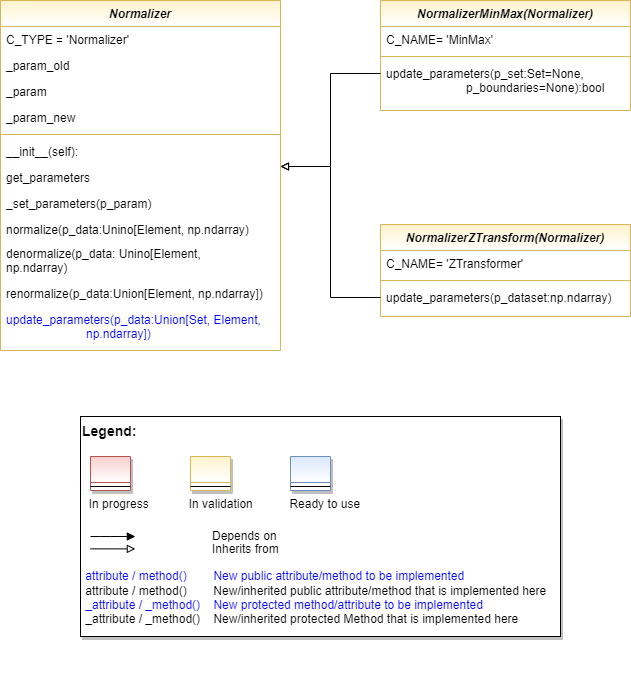
Above: doc/rtd/content/append2/core/images/bf/MLPro-BF-Math-Normalizers_class_diagram.drawio.png in fhswf/MLPro (draw.io), before the change. Source tidied: cells renumbered, new cells last; positions are measured from the earlier drawing's top-left corner, leaving out a move shared by most shapes.
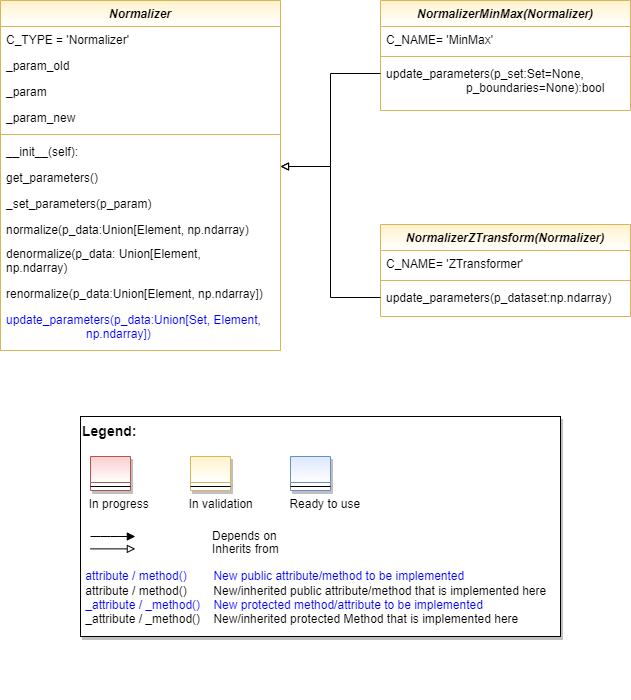
After the change.

Diff of the diagram source:
```diff
@@ -23,16 +23,16 @@
     <mxCell id="8" value="__init__(self):" style="text;align=left;verticalAlign=top;spacingLeft=4;spacingRight=4;overflow=hidden;" parent="2" vertex="1">
       <mxGeometry y="138" width="280" height="26" as="geometry" />
     </mxCell>
-    <mxCell id="9" value="get_parameters" style="text;align=left;verticalAlign=top;spacingLeft=4;spacingRight=4;overflow=hidden;" parent="2" vertex="1">
+    <mxCell id="9" value="get_parameters()" style="text;align=left;verticalAlign=top;spacingLeft=4;spacingRight=4;overflow=hidden;" parent="2" vertex="1">
       <mxGeometry y="164" width="280" height="26" as="geometry" />
     </mxCell>
     <mxCell id="10" value="_set_parameters(p_param)" style="text;align=left;verticalAlign=top;spacingLeft=4;spacingRight=4;overflow=hidden;fontColor=#000000;" parent="2" vertex="1">
       <mxGeometry y="190" width="280" height="26" as="geometry" />
     </mxCell>
-    <mxCell id="11" value="normalize(p_data:Unino[Element, np.ndarray)" style="text;align=left;verticalAlign=top;spacingLeft=4;spacingRight=4;overflow=hidden;whiteSpace=wrap;" parent="2" vertex="1">
+    <mxCell id="11" value="normalize(p_data:Union[Element, np.ndarray)" style="text;align=left;verticalAlign=top;spacingLeft=4;spacingRight=4;overflow=hidden;whiteSpace=wrap;" parent="2" vertex="1">
       <mxGeometry y="216" width="280" height="24" as="geometry" />
     </mxCell>
-    <mxCell id="12" value="denormalize(p_data: Unino[Element,                      np.ndarray)" style="text;align=left;verticalAlign=top;spacingLeft=4;spacingRight=4;overflow=hidden;whiteSpace=wrap;" parent="2" vertex="1">
+    <mxCell id="12" value="denormalize(p_data: Union[Element,                      np.ndarray)" style="text;align=left;verticalAlign=top;spacingLeft=4;spacingRight=4;overflow=hidden;whiteSpace=wrap;" parent="2" vertex="1">
       <mxGeometry y="240" width="280" height="40" as="geometry" />
     </mxCell>
     <mxCell id="13" value="renormalize(p_data:Union[Element, np.ndarray])" style="text;align=left;verticalAlign=top;spacingLeft=4;spacingRight=4;overflow=hidden;fontColor=#000000;" parent="2" vertex="1">
```
